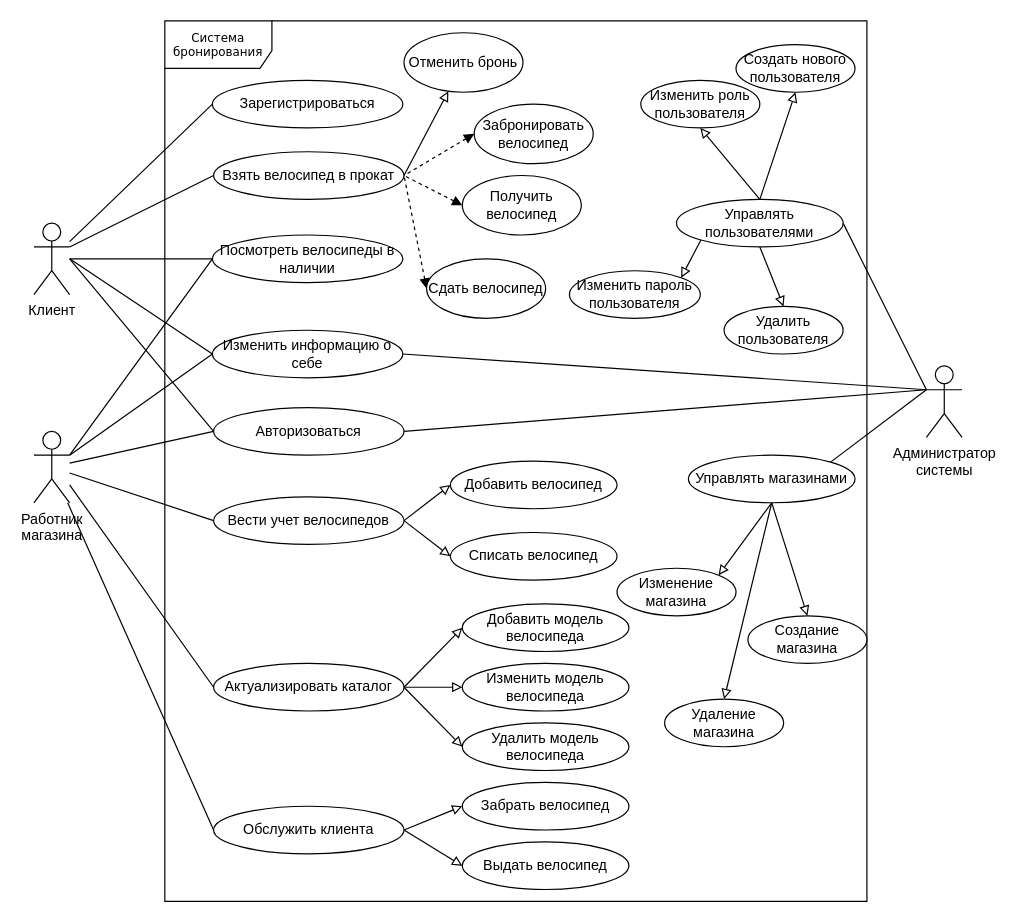
GeorgeAlwaysWin/BikeRent keeps this draw.io diagram as page "Диаграмма сценариев использования" (4 of 6) of Диаграммы проката велосипедов.drawio. Above is the earlier version. Source tidied: cells renumbered, new cells numbered last; positions are measured from the earlier drawing's top-left corner, leaving out a move shared by most shapes. Both pictures are drawn from the tidied source at 119%, with x=0, y=0 at pixel (33, 20).
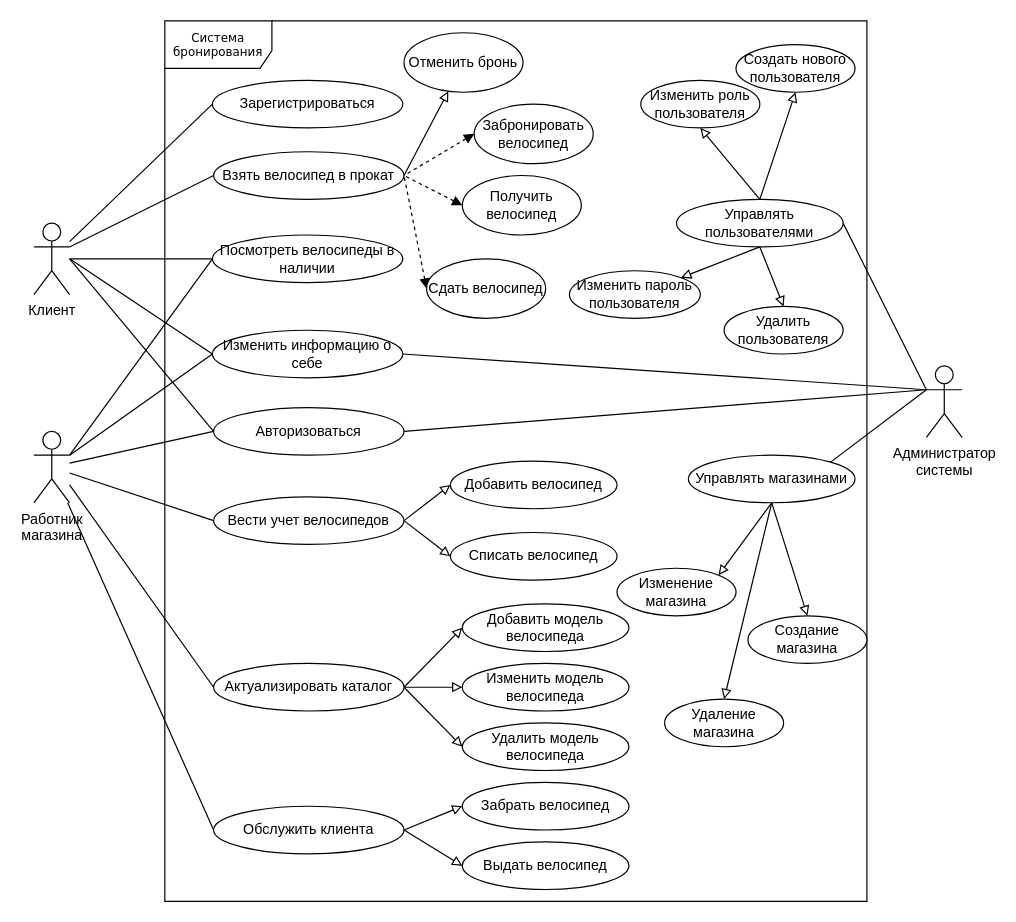
Above is the later version.

Unchanged cells that the change refers to:
```xml
<mxCell id="51" value="Управлять пользователями" style="ellipse;whiteSpace=wrap;html=1;" parent="1" vertex="1">
  <mxGeometry x="540" y="150" width="140" height="40" as="geometry" />
</mxCell>
<mxCell id="65" value="Изменить пароль пользователя" style="ellipse;whiteSpace=wrap;html=1;" parent="1" vertex="1">
  <mxGeometry x="450" y="210" width="110" height="40" as="geometry" />
</mxCell>
```

Diff of the diagram source:
```diff
@@
-    <mxCell id="66" style="edgeStyle=none;shape=connector;rounded=0;jettySize=auto;html=1;exitX=0;exitY=1;exitDx=0;exitDy=0;entryX=1;entryY=0;entryDx=0;entryDy=0;strokeColor=default;align=center;verticalAlign=middle;fontFamily=Helvetica;fontSize=12;fontColor=default;labelBackgroundColor=default;startFill=0;endArrow=block;endFill=0;" parent="1" edge="1" source="51" target="65">
+    <mxCell id="66" style="edgeStyle=none;shape=connector;rounded=0;jettySize=auto;html=1;exitX=0.5;exitY=1;exitDx=0;exitDy=0;entryX=1;entryY=0;entryDx=0;entryDy=0;strokeColor=default;align=center;verticalAlign=middle;fontFamily=Helvetica;fontSize=12;fontColor=default;labelBackgroundColor=default;startFill=0;endArrow=block;endFill=0;" parent="1" edge="1" source="51" target="65">
       <mxGeometry relative="1" as="geometry" />
     </mxCell>
```
